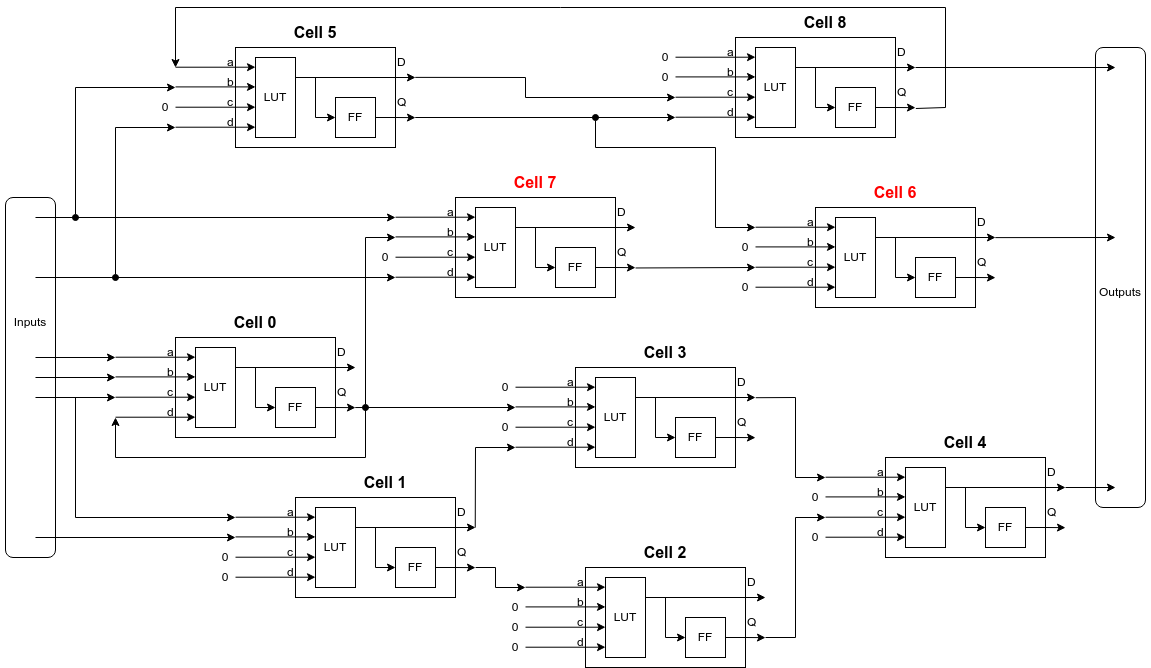
Before: assets/cuda_sim/Sorted_Network_of_LUTFF_cells.png, a diagram exported from draw.io (tomverbeure/tomverbeure.github.io). Source tidied: cells renumbered, new cells last; positions are measured from the earlier drawing's top-left corner, leaving out a move shared by most shapes.
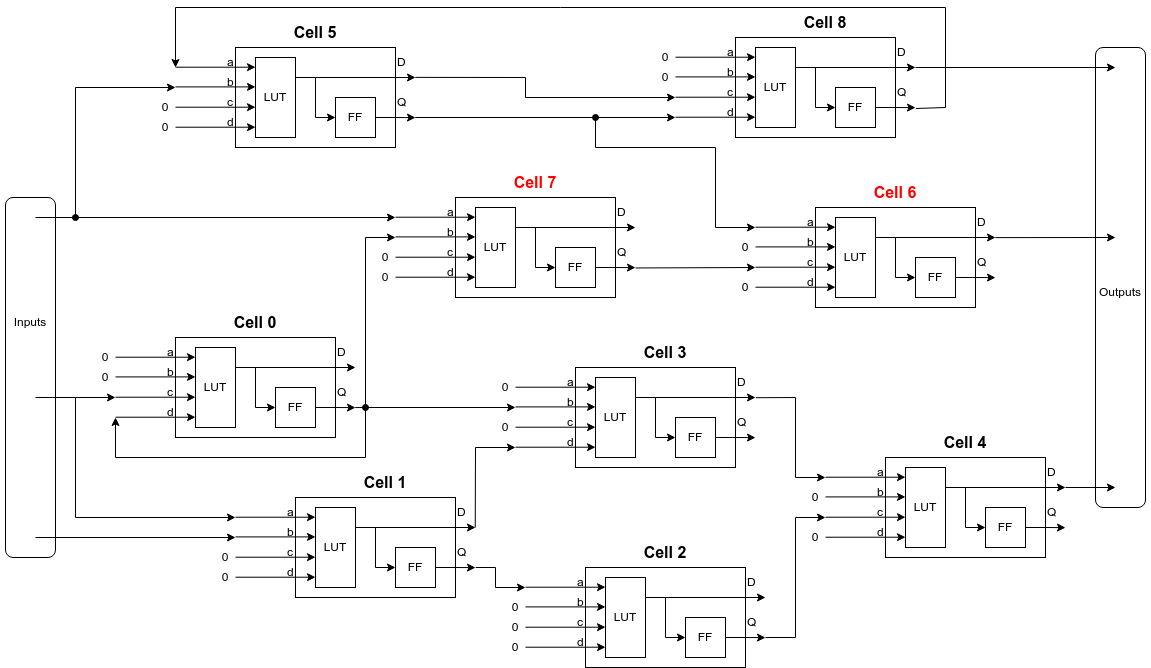
The same diagram one commit later.

Change to the diagram source:
```diff
@@ -27,12 +27,6 @@
         </Array>
       </mxGeometry>
     </mxCell>
-    <mxCell id="5" style="endArrow=classic;html=1;rounded=0;" parent="1" edge="1">
-      <mxGeometry relative="1" as="geometry">
-        <mxPoint x="35" y="270" as="sourcePoint" />
-        <mxPoint x="395" y="270" as="targetPoint" />
-      </mxGeometry>
-    </mxCell>
     <mxCell id="6" style="endArrow=classic;html=1;rounded=0;exitX=0.329;exitY=1;exitDx=0;exitDy=0;exitPerimeter=0;" parent="1" edge="1">
       <mxGeometry relative="1" as="geometry">
         <mxPoint x="414.7" y="110" as="sourcePoint" />
@@ -50,18 +44,6 @@
         </Array>
       </mxGeometry>
     </mxCell>
-    <mxCell id="8" style="endArrow=classic;html=1;rounded=0;" parent="1" edge="1">
-      <mxGeometry relative="1" as="geometry">
-        <mxPoint x="35" y="350" as="sourcePoint" />
-        <mxPoint x="115" y="350" as="targetPoint" />
-      </mxGeometry>
-    </mxCell>
-    <mxCell id="9" style="endArrow=classic;html=1;rounded=0;" parent="1" edge="1">
-      <mxGeometry relative="1" as="geometry">
-        <mxPoint x="35" y="370" as="sourcePoint" />
-        <mxPoint x="115" y="370" as="targetPoint" />
-      </mxGeometry>
-    </mxCell>
     <mxCell id="10" style="endArrow=classic;html=1;rounded=0;" parent="1" edge="1">
       <mxGeometry relative="1" as="geometry">
         <mxPoint x="35" y="390" as="sourcePoint" />
@@ -165,15 +147,6 @@
     <mxCell id="25" value="Outputs" style="text;html=1;strokeColor=none;fillColor=none;align=center;verticalAlign=middle;whiteSpace=wrap;rounded=0;" parent="1" vertex="1">
       <mxGeometry x="1090" y="270" width="60" height="30" as="geometry" />
     </mxCell>
-    <mxCell id="26" style="endArrow=classic;html=1;rounded=0;startArrow=oval;startFill=1;" parent="1" edge="1">
-      <mxGeometry relative="1" as="geometry">
-        <mxPoint x="115" y="270" as="sourcePoint" />
-        <mxPoint x="175" y="120" as="targetPoint" />
-        <Array as="points">
-          <mxPoint x="115" y="120" />
-        </Array>
-      </mxGeometry>
-    </mxCell>
     <mxCell id="27" value="0" style="text;html=1;strokeColor=none;fillColor=none;align=center;verticalAlign=middle;whiteSpace=wrap;rounded=0;" parent="1" vertex="1">
       <mxGeometry x="215" y="540" width="20" height="20" as="geometry" />
     </mxCell>
@@ -928,5 +901,17 @@
         </Array>
       </mxGeometry>
     </mxCell>
+    <mxCell id="208" value="0" style="text;html=1;strokeColor=none;fillColor=none;align=center;verticalAlign=middle;whiteSpace=wrap;rounded=0;" parent="1" vertex="1">
+      <mxGeometry x="155" y="110" width="20" height="20" as="geometry" />
+    </mxCell>
+    <mxCell id="209" value="0" style="text;html=1;strokeColor=none;fillColor=none;align=center;verticalAlign=middle;whiteSpace=wrap;rounded=0;" parent="1" vertex="1">
+      <mxGeometry x="375" y="260" width="20" height="20" as="geometry" />
+    </mxCell>
+    <mxCell id="210" value="0" style="text;html=1;strokeColor=none;fillColor=none;align=center;verticalAlign=middle;whiteSpace=wrap;rounded=0;" parent="1" vertex="1">
+      <mxGeometry x="95" y="340" width="20" height="20" as="geometry" />
+    </mxCell>
+    <mxCell id="211" value="0" style="text;html=1;strokeColor=none;fillColor=none;align=center;verticalAlign=middle;whiteSpace=wrap;rounded=0;" parent="1" vertex="1">
+      <mxGeometry x="95" y="360" width="20" height="20" as="geometry" />
+    </mxCell>
   </root>
 </mxGraphModel>
```
